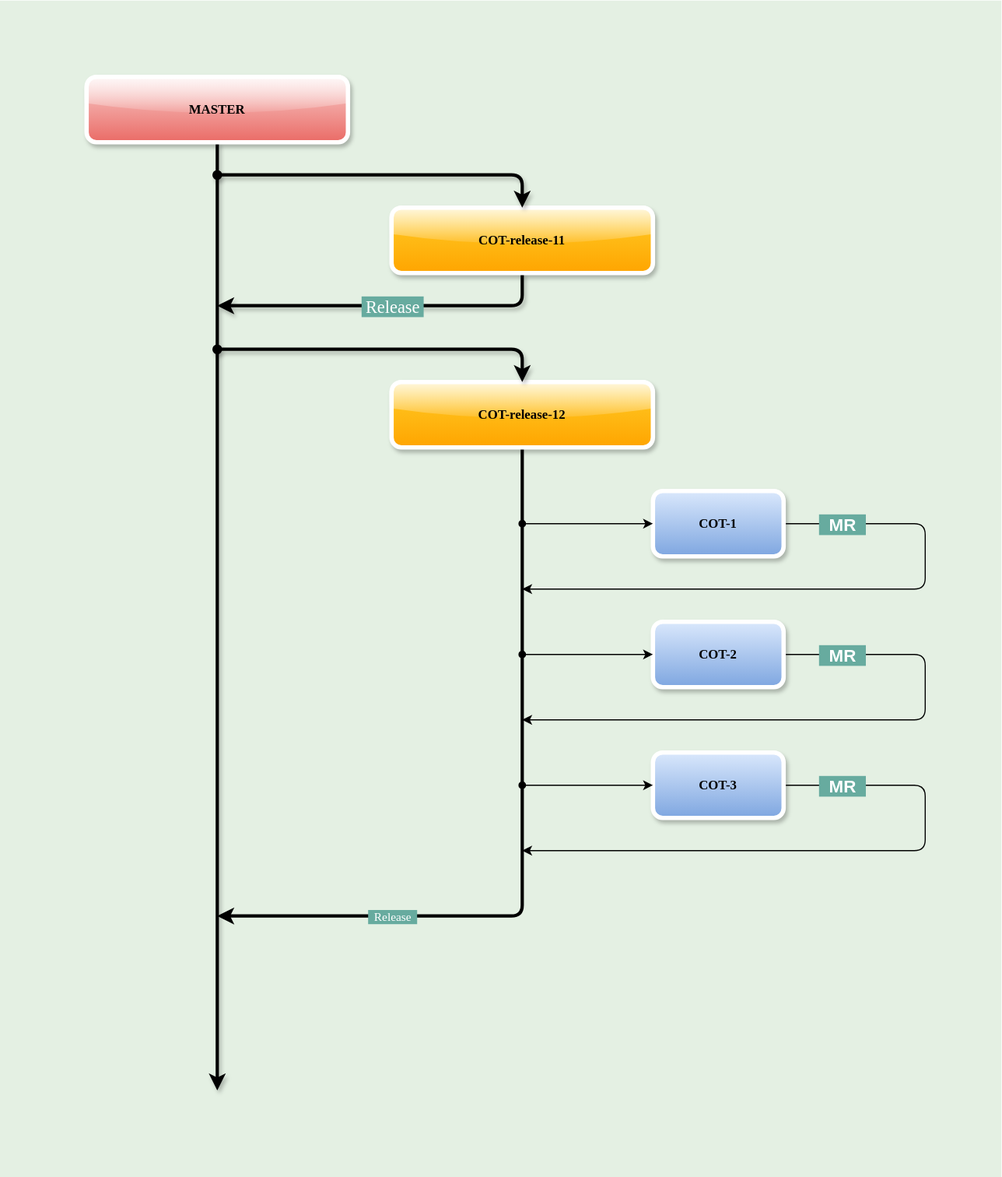
The draw.io diagram Git-flow.drawio.svg in alexander-lyakhov/draw.io, before a commit. Source tidied: cells renumbered, new cells last; positions are measured from the earlier drawing's top-left corner, leaving out a move shared by most shapes.
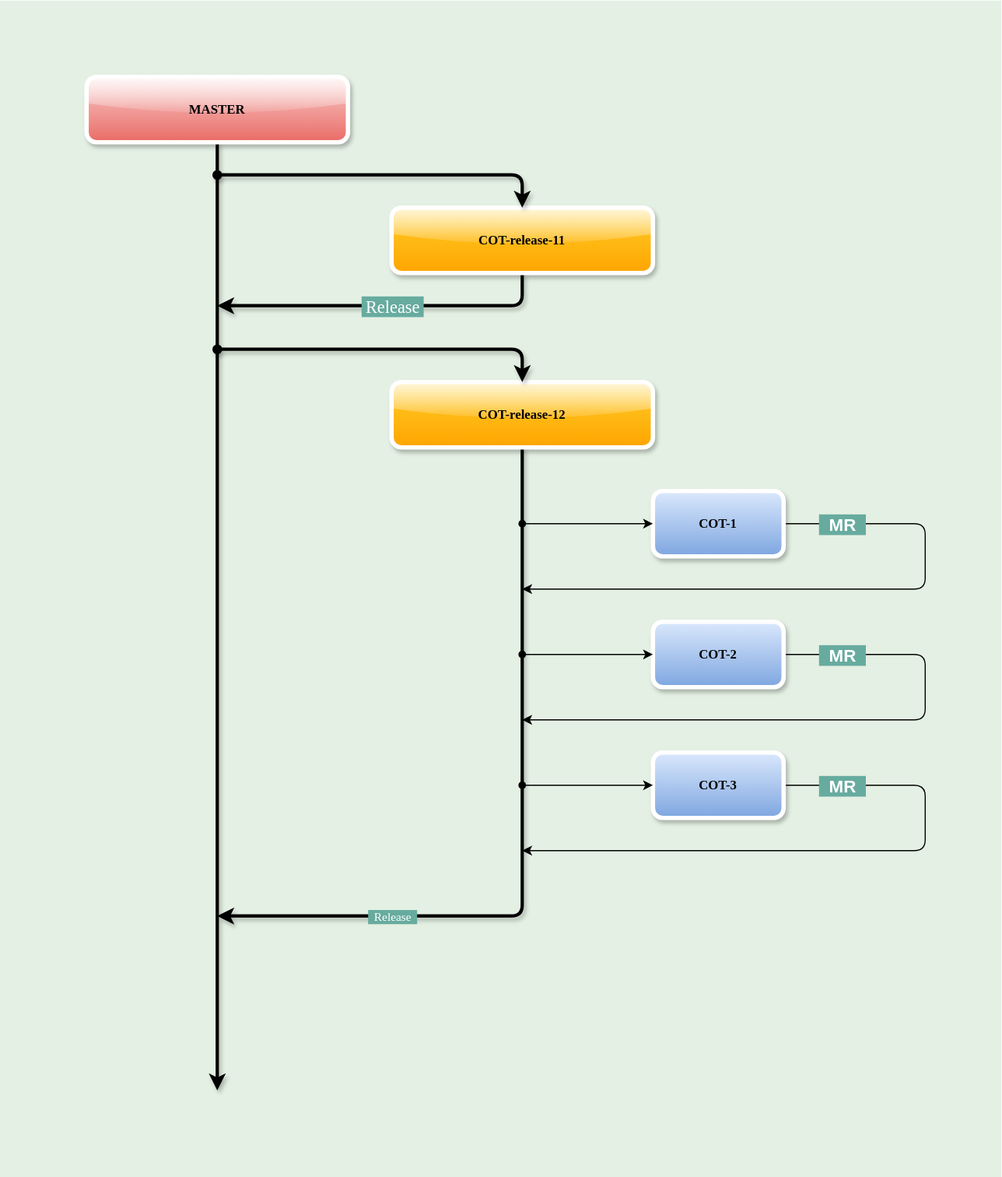
After the commit.

Change to the diagram source:
```diff
@@ -10,7 +10,7 @@
         <mxPoint x="200" y="1000" as="targetPoint" />
       </mxGeometry>
     </mxCell>
-    <mxCell id="4" style="edgeStyle=orthogonalEdgeStyle;rounded=1;jettySize=auto;html=1;exitX=0.5;exitY=1;exitDx=0;exitDy=0;strokeWidth=3;curved=0;shadow=0;" parent="1" edge="1" source="6">
+    <mxCell id="4" style="edgeStyle=orthogonalEdgeStyle;rounded=1;jettySize=auto;html=1;exitX=0.5;exitY=1;exitDx=0;exitDy=0;strokeWidth=3;curved=0;shadow=1;" parent="1" edge="1" source="6">
       <mxGeometry relative="1" as="geometry">
         <mxPoint x="200" y="840" as="targetPoint" />
         <Array as="points">
```
